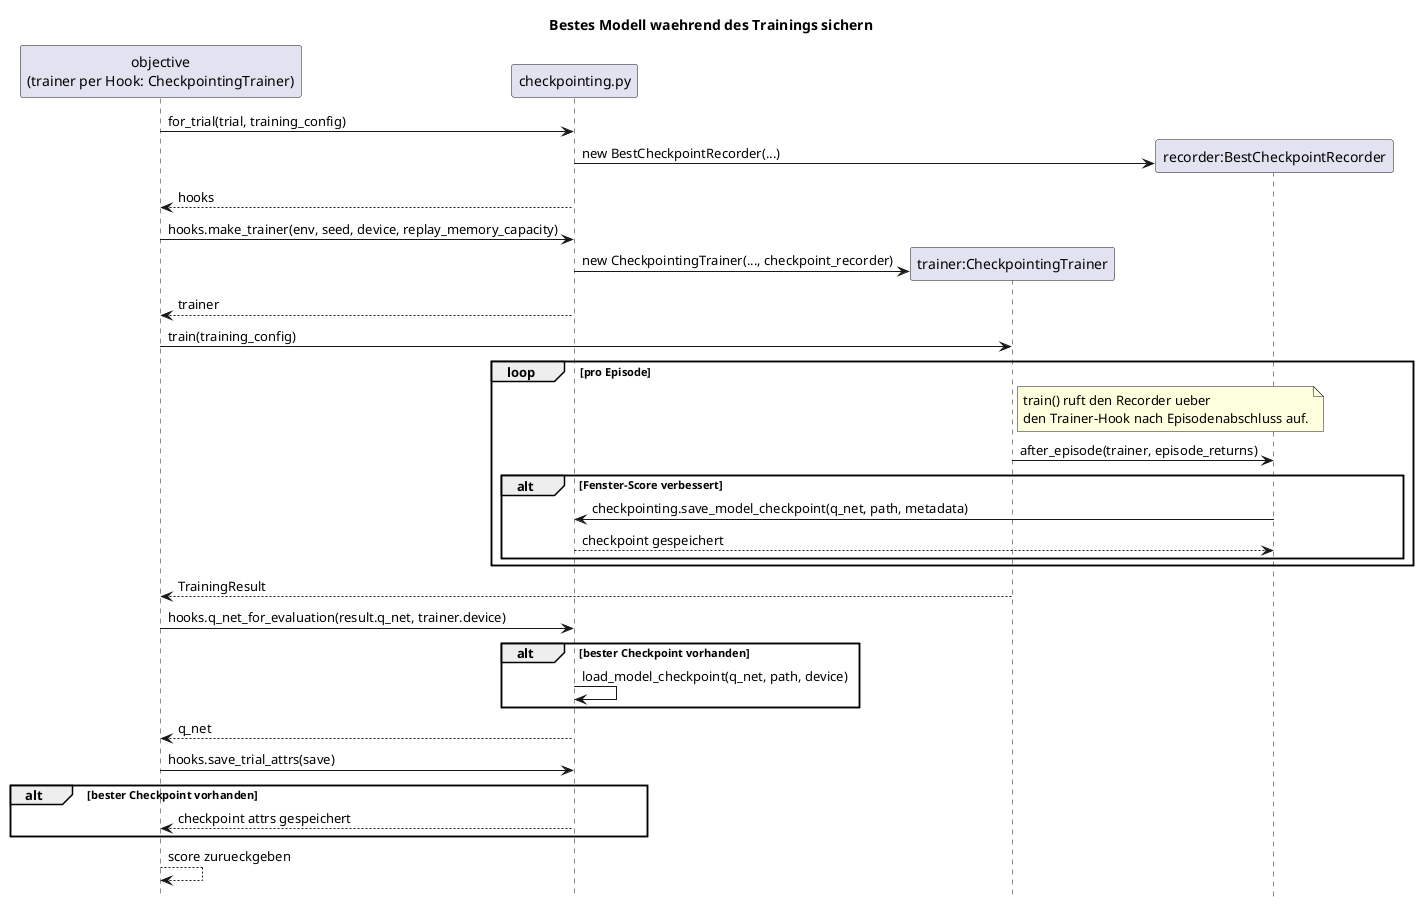
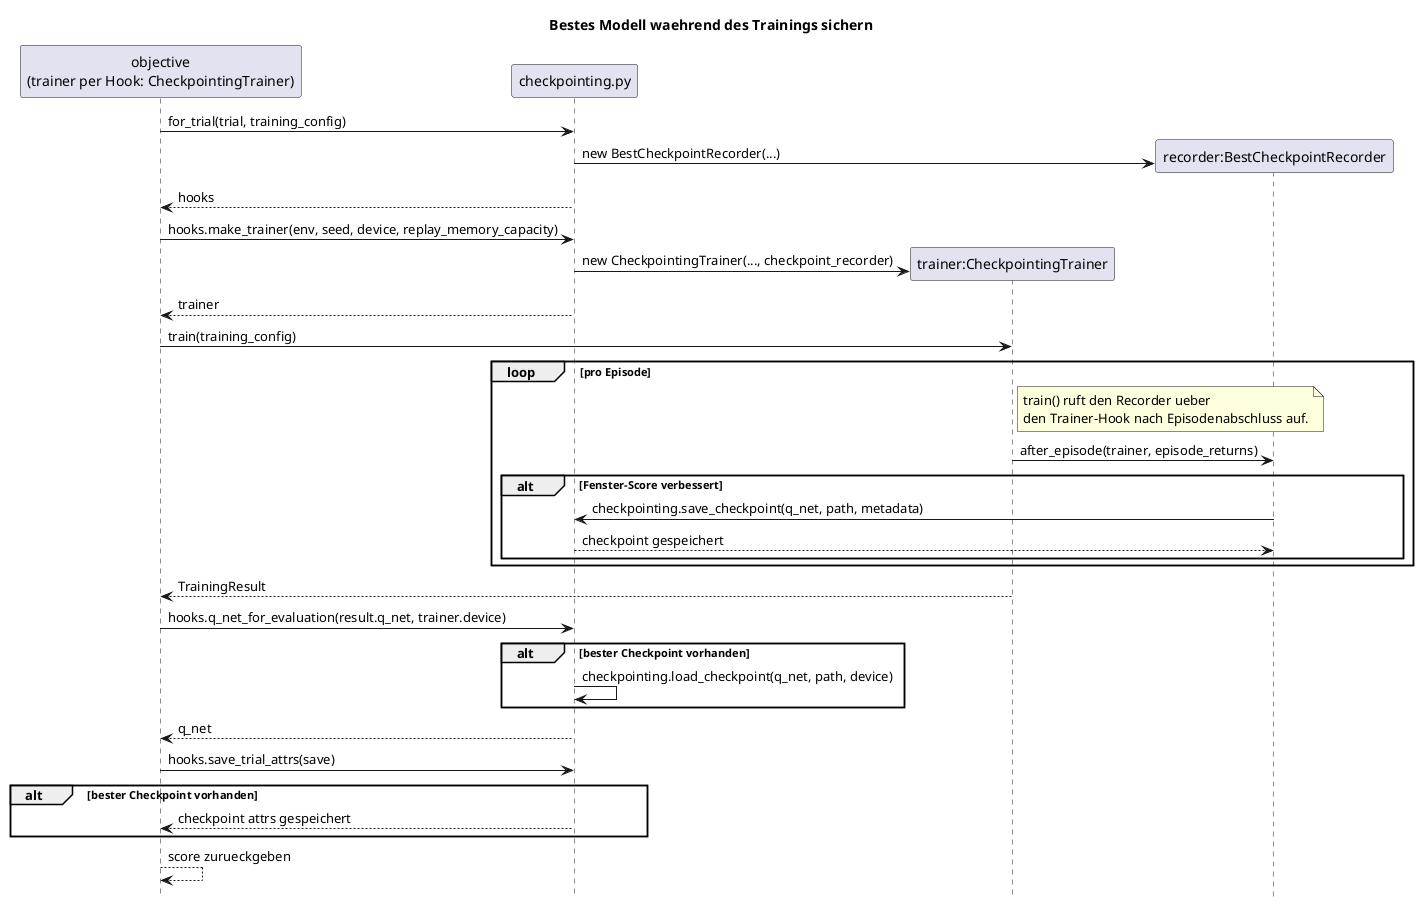
@startuml
title Bestes Modell waehrend des Trainings sichern

hide footbox

participant "objective\n(trainer per Hook: CheckpointingTrainer)" as Objective
participant "checkpointing.py" as Checkpointing
participant "trainer:CheckpointingTrainer" as Trainer
participant "recorder:BestCheckpointRecorder" as Recorder

Objective -> Checkpointing: for_trial(trial, training_config)
create Recorder
Checkpointing -> Recorder: new BestCheckpointRecorder(...)
Checkpointing --> Objective: hooks

Objective -> Checkpointing: hooks.make_trainer(env, seed, device, replay_memory_capacity)
create Trainer
Checkpointing -> Trainer: new CheckpointingTrainer(..., checkpoint_recorder)
Checkpointing --> Objective: trainer

Objective -> Trainer: train(training_config)

loop pro Episode
    note right of Trainer
        train() ruft den Recorder ueber
        den Trainer-Hook nach Episodenabschluss auf.
    end note
    Trainer -> Recorder: after_episode(trainer, episode_returns)
    alt Fenster-Score verbessert
-         Recorder -> Checkpointing: checkpointing.save_model_checkpoint(q_net, path, metadata)
+         Recorder -> Checkpointing: checkpointing.save_checkpoint(q_net, path, metadata)
        Checkpointing --> Recorder: checkpoint gespeichert
    end
end

Trainer --> Objective: TrainingResult

Objective -> Checkpointing: hooks.q_net_for_evaluation(result.q_net, trainer.device)
alt bester Checkpoint vorhanden
-     Checkpointing -> Checkpointing: load_model_checkpoint(q_net, path, device)
+     Checkpointing -> Checkpointing: checkpointing.load_checkpoint(q_net, path, device)
end
Checkpointing --> Objective: q_net

Objective -> Checkpointing: hooks.save_trial_attrs(save)
alt bester Checkpoint vorhanden
    Checkpointing --> Objective: checkpoint attrs gespeichert
end

Objective --> Objective: score zurueckgeben

@enduml
